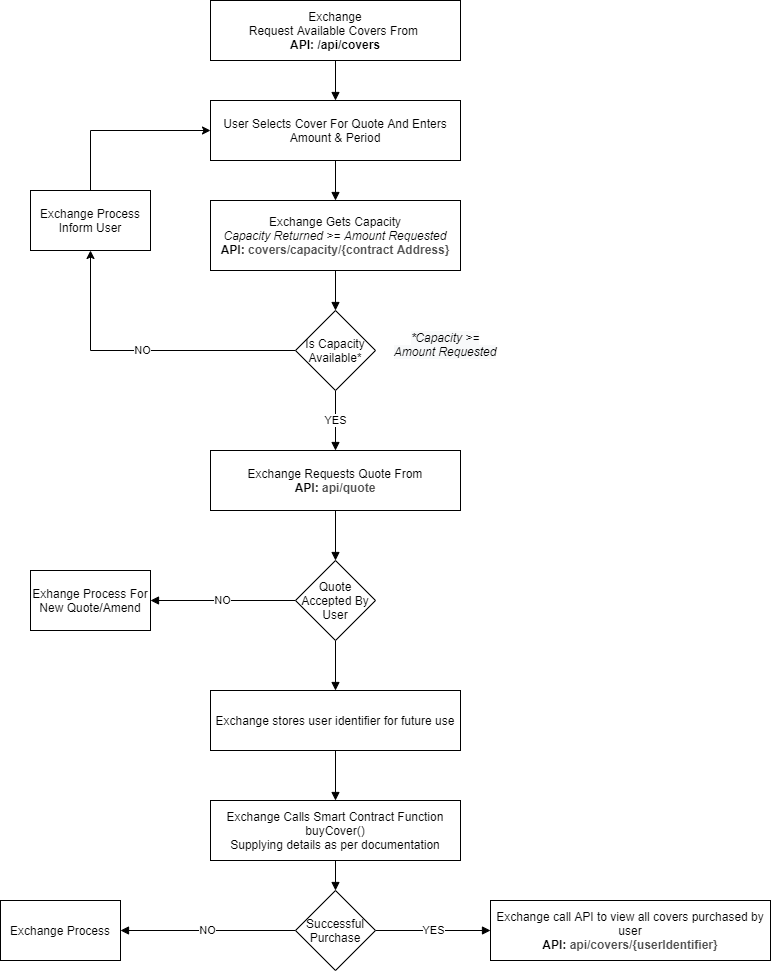
Earlier version of the draw.io export iTrustInsure-ExchangeWorkflow.png (iTrust-Insure/ItrustInsure). Source tidied: cells renumbered, new cells last; positions are measured from the earlier drawing's top-left corner, leaving out a move shared by most shapes.
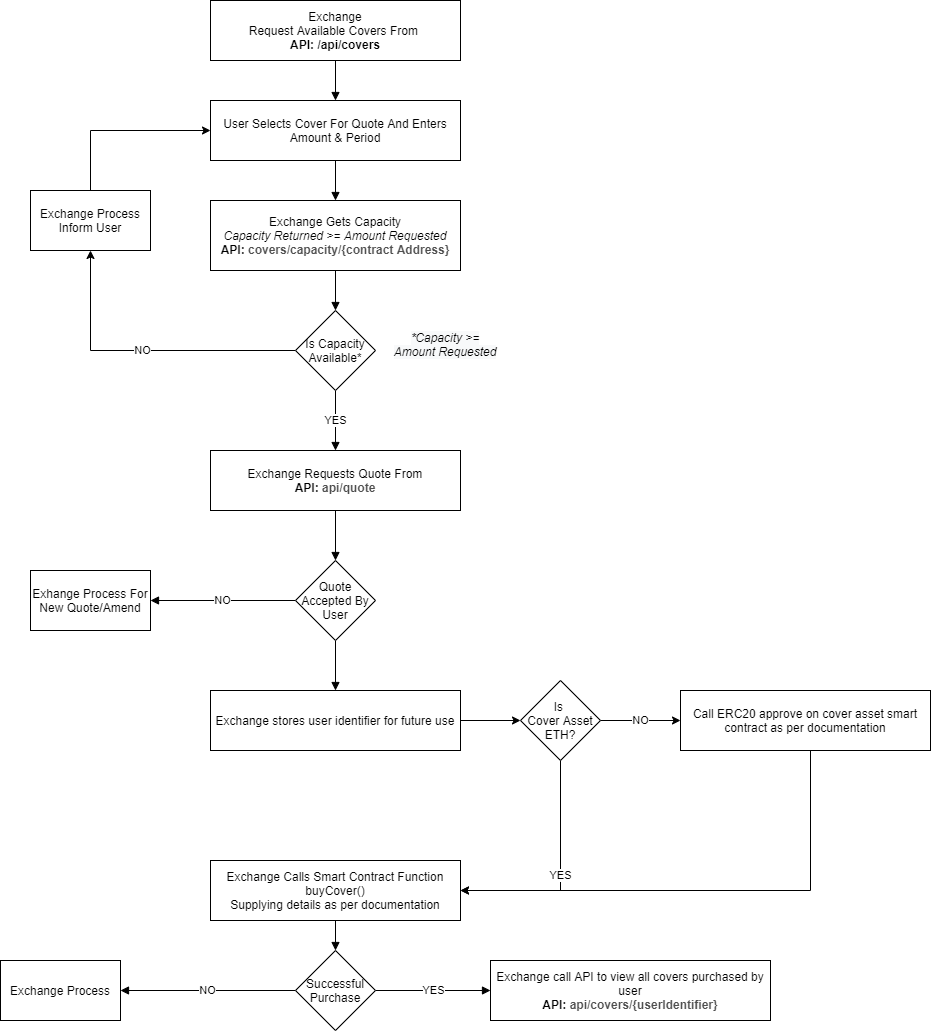
After the change.

The edit, as a diff of the source:
```diff
@@ -48,14 +48,14 @@
       <mxGeometry relative="1" as="geometry" />
     </mxCell>
     <mxCell id="17" value="Exchange Calls Smart Contract Function&lt;br&gt;buyCover()&lt;br&gt;Supplying details as per documentation" style="rounded=0;whiteSpace=wrap;html=1;" parent="1" vertex="1">
-      <mxGeometry x="210" y="800" width="250" height="60" as="geometry" />
+      <mxGeometry x="210" y="860" width="250" height="60" as="geometry" />
     </mxCell>
     <mxCell id="18" value="Exhange Process For New Quote/Amend" style="rounded=0;whiteSpace=wrap;html=1;" parent="1" vertex="1">
       <mxGeometry x="30" y="570" width="120" height="60" as="geometry" />
     </mxCell>
-    <mxCell id="19" style="edgeStyle=orthogonalEdgeStyle;rounded=0;jettySize=auto;html=1;exitX=0.5;exitY=1;exitDx=0;exitDy=0;entryX=0.5;entryY=0;entryDx=0;entryDy=0;endArrow=block;endFill=1;" parent="1" edge="1" source="20" target="17">
-      <mxGeometry relative="1" as="geometry" />
-    </mxCell>
+    <mxCell id="29" style="edgeStyle=orthogonalEdgeStyle;rounded=0;jettySize=auto;html=1;entryX=0;entryY=0.5;entryDx=0;entryDy=0;" parent="1" edge="1" source="20" target="34">
+      <mxGeometry relative="1" as="geometry" />
+    </mxCell>
     <mxCell id="20" value="Exchange stores user identifier for future use" style="rounded=0;whiteSpace=wrap;html=1;" parent="1" vertex="1">
       <mxGeometry x="210" y="690" width="250" height="60" as="geometry" />
     </mxCell>
@@ -64,17 +64,17 @@
     </mxCell>
     <mxCell id="22" value="YES" style="edgeStyle=orthogonalEdgeStyle;rounded=0;jettySize=auto;html=1;endArrow=block;endFill=1;" parent="1" edge="1" source="23">
       <mxGeometry relative="1" as="geometry">
-        <mxPoint x="490" y="930" as="targetPoint" />
+        <mxPoint x="490" y="990" as="targetPoint" />
       </mxGeometry>
     </mxCell>
     <mxCell id="23" value="Successful Purchase" style="rhombus;whiteSpace=wrap;html=1;" parent="1" vertex="1">
-      <mxGeometry x="295" y="890" width="80" height="80" as="geometry" />
+      <mxGeometry x="295" y="950" width="80" height="80" as="geometry" />
     </mxCell>
     <mxCell id="24" value="Exchange call API to view all covers purchased by user&lt;br&gt;&lt;b&gt;API:&amp;nbsp;&lt;span style=&quot;color: rgb(80 , 80 , 80) ; font-family: &amp;#34;opensans&amp;#34; , &amp;#34;helvetica&amp;#34; , &amp;#34;arial&amp;#34; , sans-serif ; text-align: left ; background-color: rgb(255 , 255 , 255)&quot;&gt;api/covers/{userIdentifier}&lt;/span&gt;&lt;/b&gt;" style="rounded=0;whiteSpace=wrap;html=1;" parent="1" vertex="1">
-      <mxGeometry x="490" y="900" width="280" height="60" as="geometry" />
+      <mxGeometry x="490" y="960" width="280" height="60" as="geometry" />
     </mxCell>
     <mxCell id="25" value="Exchange Process" style="rounded=0;whiteSpace=wrap;html=1;" parent="1" vertex="1">
-      <mxGeometry y="900" width="120" height="60" as="geometry" />
+      <mxGeometry y="960" width="120" height="60" as="geometry" />
     </mxCell>
     <mxCell id="26" value="&lt;i&gt;&lt;br&gt;&lt;br&gt;&lt;span style=&quot;color: rgb(0 , 0 , 0) ; font-family: &amp;#34;helvetica&amp;#34; ; font-size: 12px ; font-weight: 400 ; letter-spacing: normal ; text-align: center ; text-indent: 0px ; text-transform: none ; word-spacing: 0px ; background-color: rgb(248 , 249 , 250) ; display: inline ; float: none&quot;&gt;*Capacity &amp;gt;= Amount Requested&lt;/span&gt;&lt;br&gt;&lt;/i&gt;" style="text;html=1;strokeColor=none;fillColor=none;align=center;verticalAlign=middle;whiteSpace=wrap;rounded=0;" parent="1" vertex="1">
       <mxGeometry x="390" y="310" width="110" height="40" as="geometry" />
@@ -85,5 +85,24 @@
     <mxCell id="28" value="Exchange Process Inform User" style="rounded=0;whiteSpace=wrap;html=1;" parent="1" vertex="1">
       <mxGeometry x="30" y="190" width="120" height="60" as="geometry" />
     </mxCell>
+    <mxCell id="30" style="edgeStyle=orthogonalEdgeStyle;rounded=0;jettySize=auto;html=1;entryX=1;entryY=0.5;entryDx=0;entryDy=0;" parent="1" edge="1" source="31" target="17">
+      <mxGeometry relative="1" as="geometry">
+        <Array as="points">
+          <mxPoint x="810" y="890" />
+        </Array>
+      </mxGeometry>
+    </mxCell>
+    <mxCell id="31" value="Call ERC20 approve on cover asset smart contract as per documentation" style="rounded=0;whiteSpace=wrap;html=1;" parent="1" vertex="1">
+      <mxGeometry x="680" y="690" width="250" height="60" as="geometry" />
+    </mxCell>
+    <mxCell id="32" value="YES" style="edgeStyle=orthogonalEdgeStyle;rounded=0;jettySize=auto;html=1;entryX=1;entryY=0.5;entryDx=0;entryDy=0;exitX=0.5;exitY=1;exitDx=0;exitDy=0;" parent="1" edge="1" source="34" target="17">
+      <mxGeometry relative="1" as="geometry" />
+    </mxCell>
+    <mxCell id="33" value="NO" style="edgeStyle=orthogonalEdgeStyle;rounded=0;jettySize=auto;html=1;entryX=0;entryY=0.5;entryDx=0;entryDy=0;" parent="1" edge="1" source="34" target="31">
+      <mxGeometry relative="1" as="geometry" />
+    </mxCell>
+    <mxCell id="34" value="Is &lt;br&gt;Cover Asset&lt;br&gt;ETH?" style="rhombus;whiteSpace=wrap;html=1;" parent="1" vertex="1">
+      <mxGeometry x="520" y="680" width="80" height="80" as="geometry" />
+    </mxCell>
   </root>
 </mxGraphModel>
```
